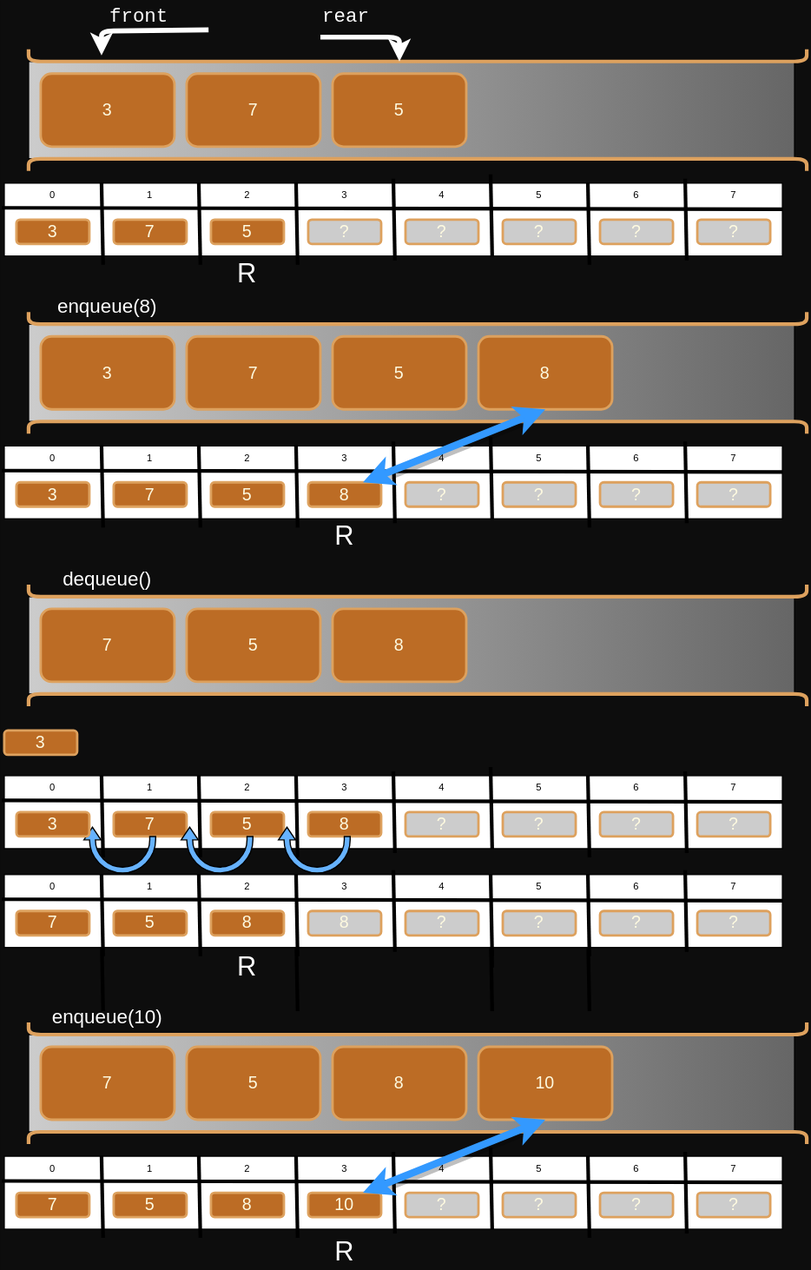
This is 4-Queues/images/Queue_to_Array.svg from JAC-CS-Programming-4-W24/Notes, a draw.io export, as it was before one commit. Source tidied: cells renumbered, new cells last; positions are measured from the earlier drawing's top-left corner, leaving out a move shared by most shapes.
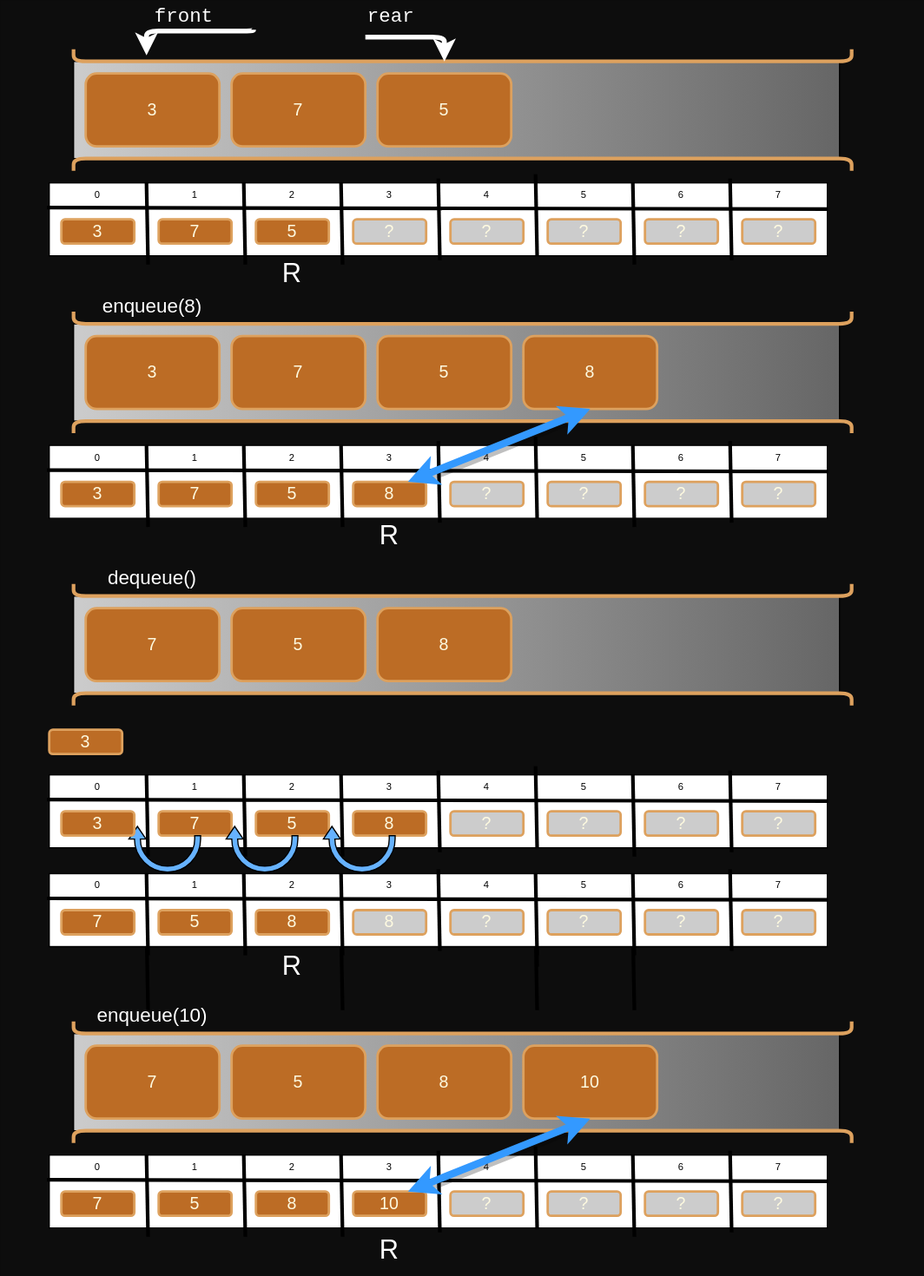
The same diagram one commit later.

Diff of the diagram source:
```diff
@@ -2,6 +2,9 @@
   <root>
     <mxCell id="0" />
     <mxCell id="1" parent="0" />
+    <mxCell id="189" style="rounded=0;whiteSpace=wrap;html=1;fillColor=none;strokeColor=none;" parent="1" vertex="1">
+      <mxGeometry x="-40" width="760" height="1050" as="geometry" />
+    </mxCell>
     <mxCell id="2" style="rounded=0;whiteSpace=wrap;html=1;hachureGap=4;fontFamily=Architects Daughter;fontSource=https%3A%2F%2Ffonts.googleapis.com%2Fcss%3Ffamily%3DArchitects%2BDaughter;fontSize=20;labelBackgroundColor=none;gradientColor=#666666;gradientDirection=east;fillColor=#CCCCCC;fillOpacity=100;" parent="1" vertex="1">
       <mxGeometry x="20" y="50" width="630" height="80" as="geometry" />
     </mxCell>
```
